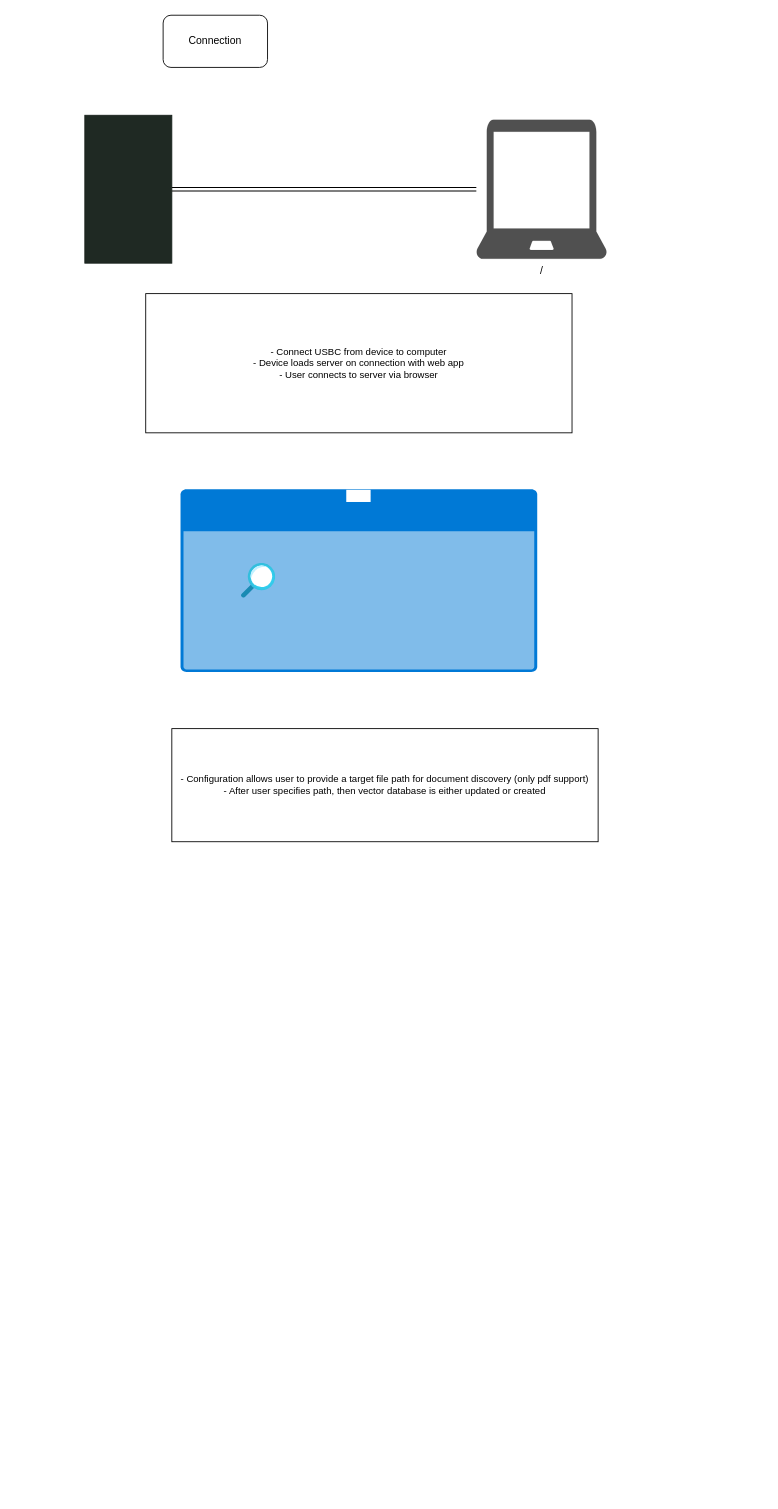
Before: mcli.drawio in gwicho38/mcli, a draw.io diagram. Source tidied: cells renumbered, new cells numbered last; positions are measured from the earlier drawing's top-left corner, leaving out a move shared by most shapes. Both pictures are drawn from the tidied source at 87%, with x=0, y=0 at pixel (84, 15).
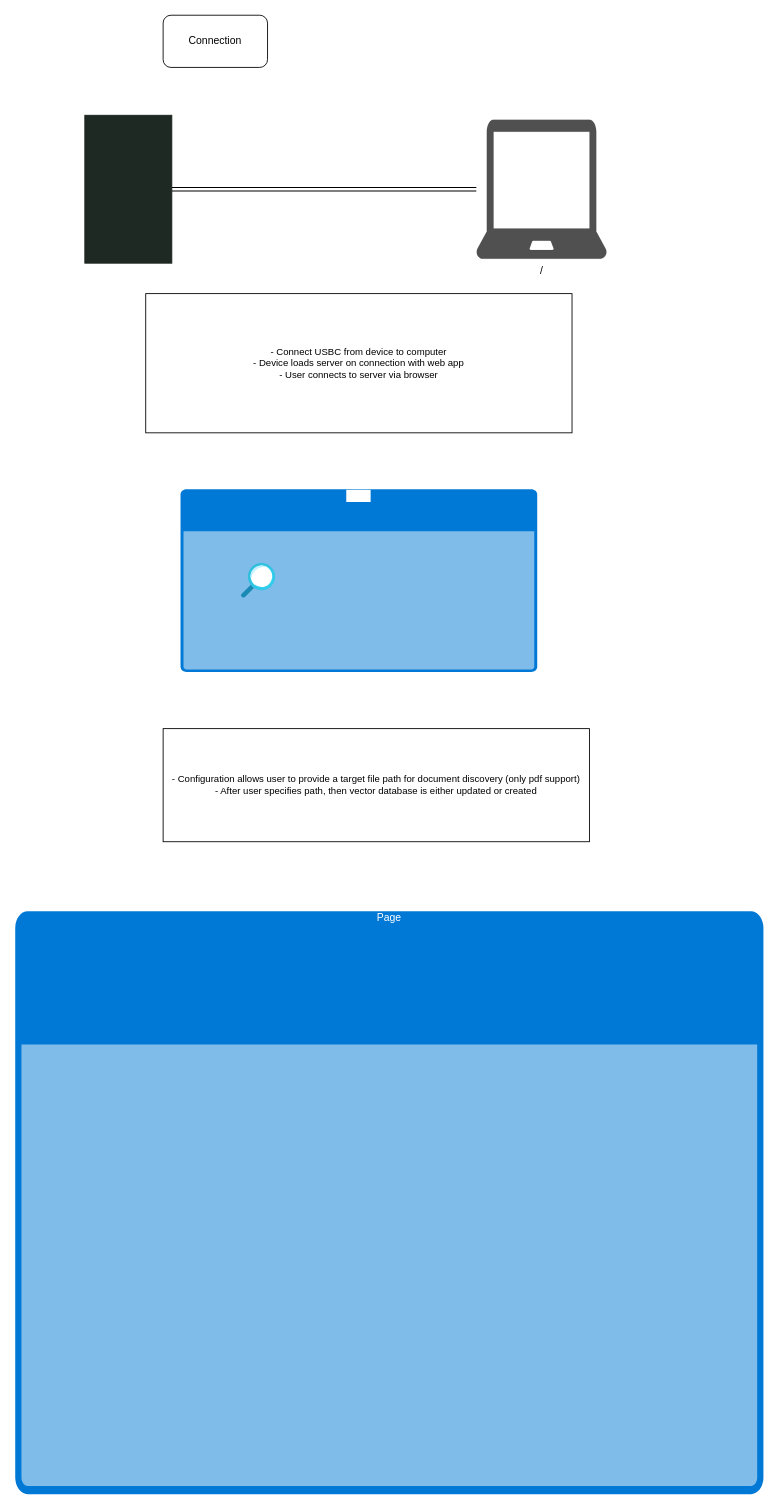
Above is the later version.

Change to the diagram source:
```diff
@@
 <mxGraphModel>
   <root>
     <mxCell id="0" />
     <mxCell id="1" parent="0" />
     <mxCell id="2" style="html=1;rounded=1;curved=0;strokeWidth=1.1811;shape=link;" parent="1" edge="1" source="3" target="5">
       <mxGeometry relative="1" as="geometry" />
     </mxCell>
     <mxCell id="3" value="/" style="sketch=0;shadow=0;html=1;strokeColor=default;fillColor=#505050;labelPosition=center;verticalLabelPosition=bottom;verticalAlign=top;outlineConnect=0;align=center;shape=mxgraph.office.devices.laptop;strokeWidth=0;" parent="1" vertex="1">
       <mxGeometry x="450" y="120" width="150" height="160" as="geometry" />
     </mxCell>
     <mxCell id="4" value="Connection" style="rounded=1;whiteSpace=wrap;html=1;" parent="1" vertex="1">
       <mxGeometry x="90" width="120" height="60" as="geometry" />
     </mxCell>
     <mxCell id="5" style="verticalLabelPosition=bottom;verticalAlign=top;html=1;shadow=0;dashed=0;strokeWidth=1;shape=mxgraph.ios.iBgFlat;strokeColor=#18211b;fillColor=#1f2923;" parent="1" vertex="1">
       <mxGeometry y="115" width="100" height="170" as="geometry" />
     </mxCell>
     <mxCell id="6" value="- Connect USBC from device to computer&lt;div&gt;- Device loads server on connection with web app&lt;/div&gt;&lt;div&gt;- User connects to server via browser&lt;/div&gt;" style="rounded=0;whiteSpace=wrap;html=1;fontFamily=Helvetica;fontSize=11;fontColor=default;labelBackgroundColor=default;" parent="1" vertex="1">
       <mxGeometry x="70" y="320" width="490" height="160" as="geometry" />
     </mxCell>
     <mxCell id="7" value="Page" style="html=1;whiteSpace=wrap;strokeColor=none;fillColor=#0079D6;labelPosition=center;verticalLabelPosition=middle;verticalAlign=top;align=center;fontSize=12;spacingTop=-6;fontColor=#FFFFFF;sketch=0;shape=mxgraph.sitemap.page;fontFamily=Helvetica;labelBackgroundColor=default;" parent="1" vertex="1">
       <mxGeometry x="110" y="545" width="410" height="210" as="geometry" />
     </mxCell>
     <mxCell id="8" style="image;html=1;align=center;fontSize=12;image=img/lib/azure2/general/Search.svg;fontFamily=Helvetica;fontColor=default;labelBackgroundColor=default;" parent="1" vertex="1">
       <mxGeometry x="180" y="630" width="39.4" height="40" as="geometry" />
     </mxCell>
     <mxCell id="9" value="- Configuration allows user to provide a target file path for document discovery (only pdf support)&lt;div&gt;&lt;font color=&quot;#000000&quot;&gt;- After user specifies path, then vector database is either updated or created&lt;/font&gt;&lt;/div&gt;" style="rounded=0;whiteSpace=wrap;html=1;fontFamily=Helvetica;fontSize=11;fontColor=default;labelBackgroundColor=default;" parent="1" vertex="1">
-      <mxGeometry x="100" y="820" width="490" height="130" as="geometry" />
+      <mxGeometry x="90" y="820" width="490" height="130" as="geometry" />
     </mxCell>
+    <mxCell id="10" value="Page" style="html=1;whiteSpace=wrap;strokeColor=none;fillColor=#0079D6;labelPosition=center;verticalLabelPosition=middle;verticalAlign=top;align=center;fontSize=12;spacingTop=-6;fontColor=#FFFFFF;sketch=0;shape=mxgraph.sitemap.page;" parent="1" vertex="1">
+      <mxGeometry x="-80" y="1030" width="860" height="670" as="geometry" />
+    </mxCell>
   </root>
 </mxGraphModel>
```
